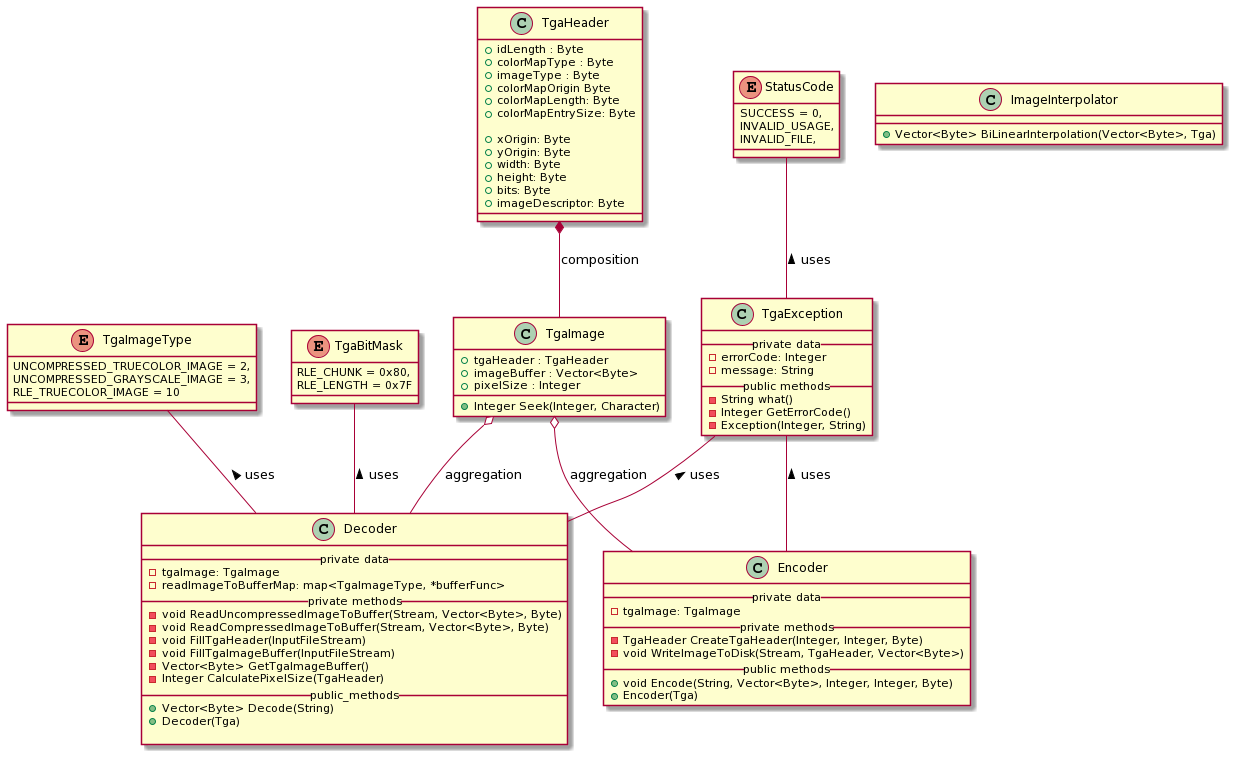
Before: doc/assets/diagram.png, a diagram exported from PlantUML (otanfener/tga-image-resize).
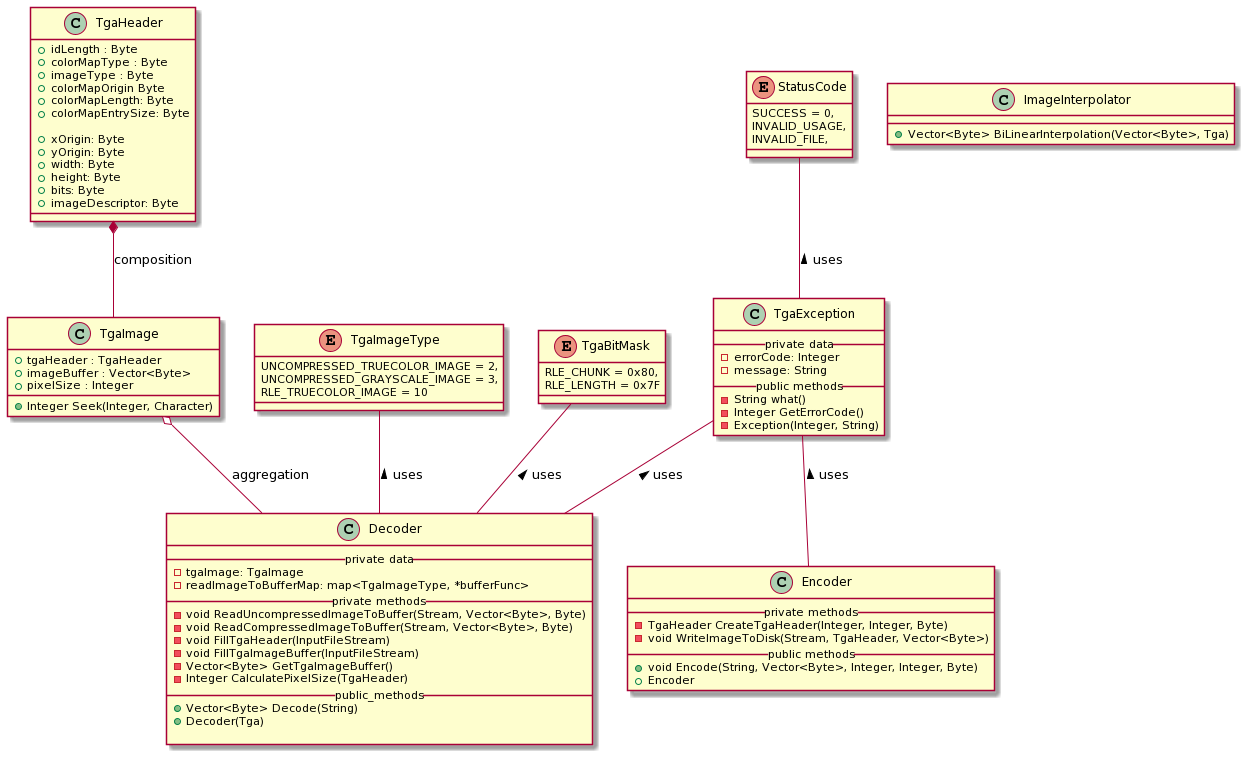
The same file after the commit.

What changed in the source:
```diff
@@ -71,19 +71,16 @@
 }
 
 class Encoder {
-  __ private data __
- -tgaImage: TgaImage
   __ private methods __
  -TgaHeader CreateTgaHeader(Integer, Integer, Byte)
  -void WriteImageToDisk(Stream, TgaHeader, Vector<Byte>)
   __ public methods __
  +void Encode(String, Vector<Byte>, Integer, Integer, Byte)
- +Encoder(Tga)
+ +Encoder
 }
 
 TgaHeader *-- TgaImage : composition
 TgaImage o-- Decoder : aggregation
-TgaImage o-- Encoder : aggregation
 TgaImageType -- Decoder : < uses
 TgaBitMask -- Decoder : < uses
 TgaException -- Decoder : < uses
```
